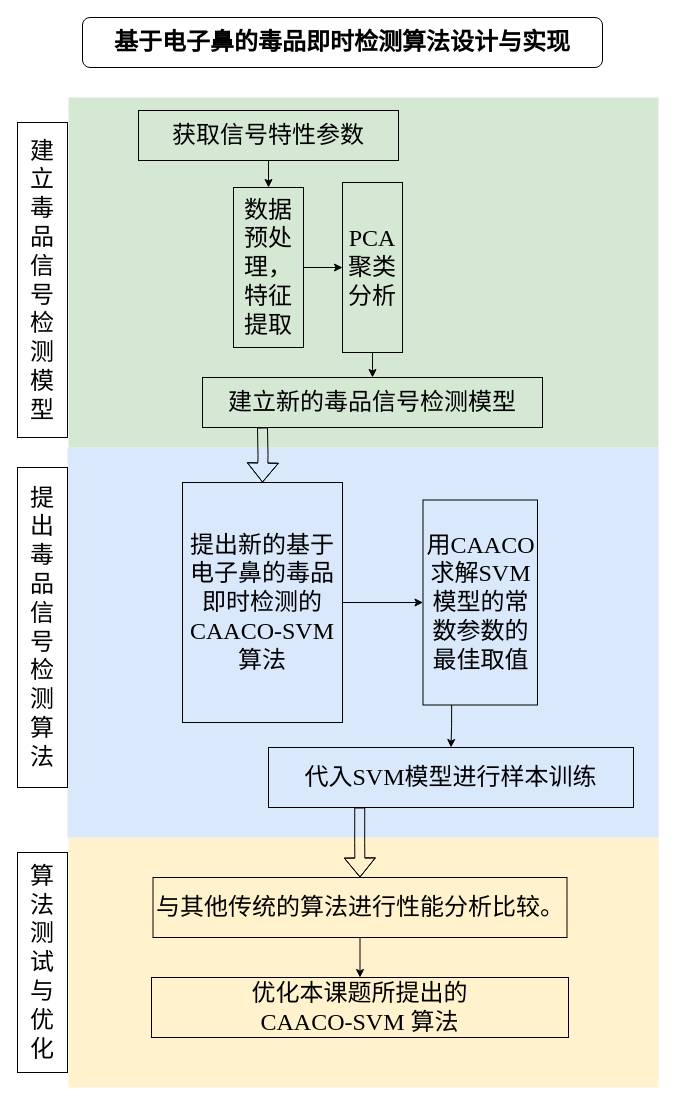
AAYESLY/bishe-github keeps this draw.io diagram as 算法流程2.drawio. Above is the earlier version. Source tidied: cells renumbered, new cells numbered last; positions are measured from the earlier drawing's top-left corner, leaving out a move shared by most shapes. Both pictures are drawn from the tidied source at 100%, with x=0, y=0 at pixel (17, 17).
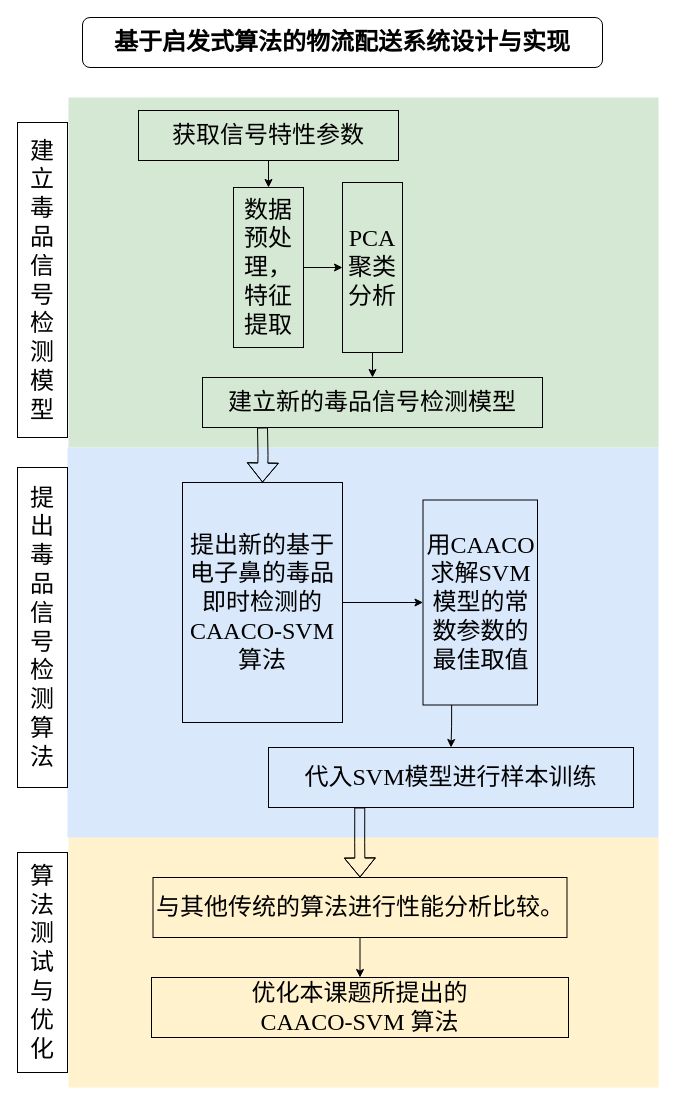
The same diagram, later.

Commit message:
更新算法流程2.drawio

The edit, as a diff of the source:
```diff
@@
-    <mxCell id="11" value="&lt;font face=&quot;宋体&quot; style=&quot;font-size: 24px;&quot;&gt;&lt;b&gt;基于电子鼻的毒品即时检测算法设计与实现&lt;/b&gt;&lt;/font&gt;" style="rounded=1;whiteSpace=wrap;html=1;fillColor=none;" parent="1" vertex="1">
+    <mxCell id="11" value="&lt;font face=&quot;宋体&quot; style=&quot;font-size: 24px;&quot;&gt;&lt;b&gt;基于启发式算法的物流配送系统设计与实现&lt;/b&gt;&lt;/font&gt;" style="rounded=1;whiteSpace=wrap;html=1;fillColor=none;" parent="1" vertex="1">
       <mxGeometry x="65" width="520" height="50" as="geometry" />
     </mxCell>
```
